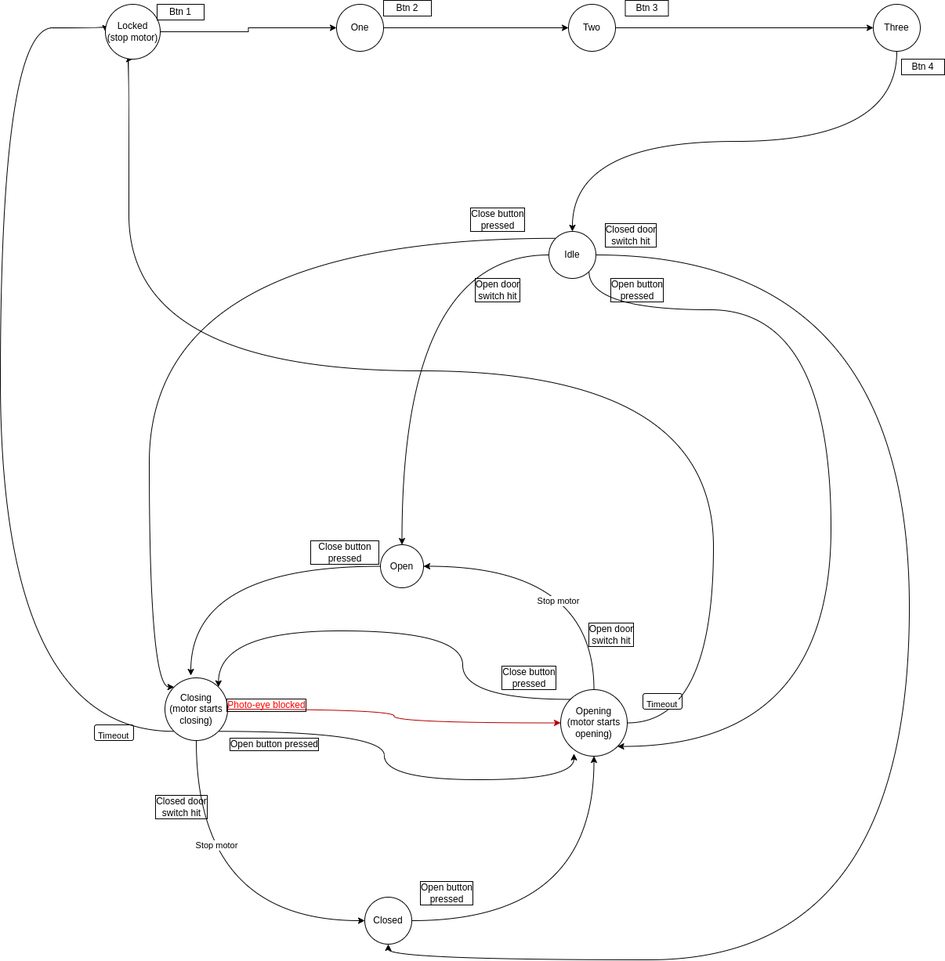
The draw.io diagram AtmelStudio/Drafts/StateMachineGarageDoor/StateMachineGarageDoor/garageDoorStatemachine.drawio.png in xb0be/avr-programming, before a commit. Source tidied: cells renumbered, new cells last; positions are measured from the earlier drawing's top-left corner, leaving out a move shared by most shapes.
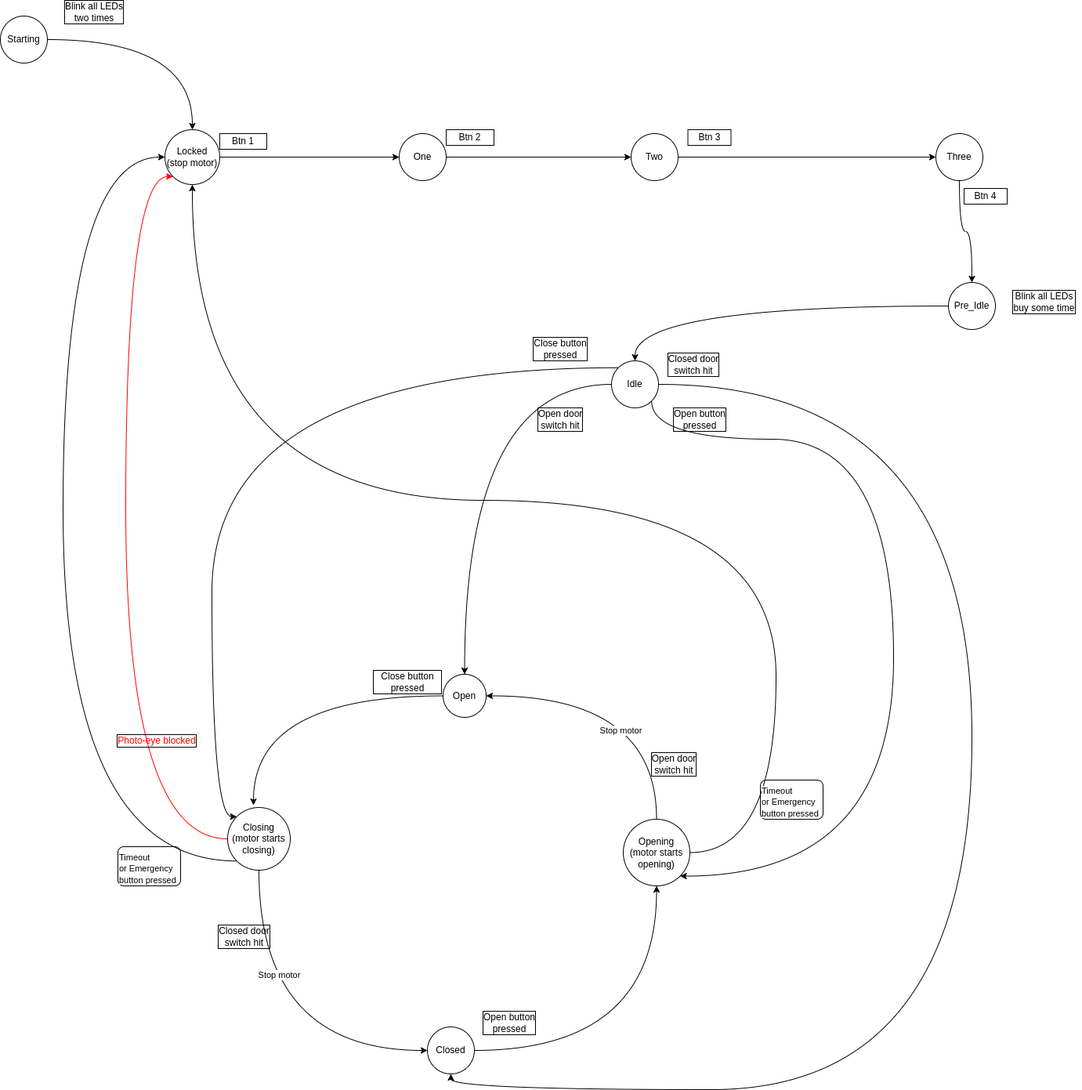
Later version of the same file.

Commit message:
Updated state machine map Added two more states - see PNG.

Change to the diagram source:
```diff
@@ -14,18 +14,6 @@
     <mxCell id="5" value="Stop motor" style="edgeLabel;html=1;align=center;verticalAlign=middle;" parent="4" vertex="1">
       <mxGeometry x="-0.4" y="25" relative="1" as="geometry" />
     </mxCell>
-    <mxCell id="6" style="edgeStyle=orthogonalEdgeStyle;curved=1;rounded=0;jettySize=auto;html=1;entryX=0;entryY=0.5;entryDx=0;entryDy=0;fillColor=#e51400;strokeColor=#B20000;" parent="1" edge="1" source="9" target="16">
-      <mxGeometry relative="1" as="geometry" />
-    </mxCell>
-    <mxCell id="7" style="edgeStyle=orthogonalEdgeStyle;curved=1;rounded=0;jettySize=auto;html=1;exitX=1;exitY=1;exitDx=0;exitDy=0;entryX=0.2;entryY=0.963;entryDx=0;entryDy=0;entryPerimeter=0;" parent="1" edge="1" source="9" target="16">
-      <mxGeometry relative="1" as="geometry">
-        <Array as="points">
-          <mxPoint x="490" y="933" />
-          <mxPoint x="490" y="995" />
-          <mxPoint x="732" y="995" />
-        </Array>
-      </mxGeometry>
-    </mxCell>
     <mxCell id="8" style="edgeStyle=orthogonalEdgeStyle;curved=1;rounded=0;jettySize=auto;html=1;exitX=0;exitY=1;exitDx=0;exitDy=0;entryX=0;entryY=0.5;entryDx=0;entryDy=0;" parent="1" edge="1" source="9" target="26">
       <mxGeometry relative="1" as="geometry">
         <Array as="points">
@@ -34,6 +22,14 @@
         </Array>
       </mxGeometry>
     </mxCell>
+    <mxCell id="48" style="edgeStyle=orthogonalEdgeStyle;rounded=0;jettySize=auto;html=1;entryX=0;entryY=1;entryDx=0;entryDy=0;curved=1;strokeColor=#FF0000;" parent="1" edge="1" source="9" target="26">
+      <mxGeometry relative="1" as="geometry">
+        <Array as="points">
+          <mxPoint x="80" y="905" />
+          <mxPoint x="80" y="60" />
+        </Array>
+      </mxGeometry>
+    </mxCell>
     <mxCell id="9" value="Closing&lt;br&gt;(motor starts closing)" style="ellipse;whiteSpace=wrap;html=1;" parent="1" vertex="1">
       <mxGeometry x="210" y="865" width="80" height="80" as="geometry" />
     </mxCell>
@@ -58,15 +54,6 @@
         </Array>
       </mxGeometry>
     </mxCell>
-    <mxCell id="15" style="edgeStyle=orthogonalEdgeStyle;curved=1;rounded=0;jettySize=auto;html=1;exitX=0;exitY=0;exitDx=0;exitDy=0;entryX=1;entryY=0;entryDx=0;entryDy=0;" parent="1" edge="1" source="16" target="9">
-      <mxGeometry relative="1" as="geometry">
-        <Array as="points">
-          <mxPoint x="590" y="892" />
-          <mxPoint x="590" y="805" />
-          <mxPoint x="278" y="805" />
-        </Array>
-      </mxGeometry>
-    </mxCell>
     <mxCell id="16" value="Opening&lt;br&gt;(motor starts opening)" style="ellipse;whiteSpace=wrap;html=1;" parent="1" vertex="1">
       <mxGeometry x="715" y="880" width="85" height="85" as="geometry" />
     </mxCell>
@@ -83,7 +70,7 @@
       <mxGeometry x="194" y="1015" width="75" height="30" as="geometry" />
     </mxCell>
     <mxCell id="21" value="&lt;font color=&quot;#ff0000&quot;&gt;Photo-eye blocked&lt;/font&gt;" style="text;html=1;strokeColor=none;fillColor=none;align=center;verticalAlign=middle;whiteSpace=wrap;rounded=0;labelBorderColor=default;" parent="1" vertex="1">
-      <mxGeometry x="280" y="885" width="120" height="30" as="geometry" />
+      <mxGeometry x="60" y="765" width="120" height="30" as="geometry" />
     </mxCell>
     <mxCell id="22" style="edgeStyle=orthogonalEdgeStyle;curved=1;rounded=0;orthogonalLoop=1;jettySize=auto;html=1;exitX=0.5;exitY=1;exitDx=0;exitDy=0;" parent="1" edge="1">
       <mxGeometry relative="1" as="geometry">
@@ -91,17 +78,11 @@
         <mxPoint x="807.5" y="1005" as="targetPoint" />
       </mxGeometry>
     </mxCell>
-    <mxCell id="23" value="Close button&lt;br&gt;pressed" style="text;html=1;strokeColor=none;fillColor=none;align=center;verticalAlign=middle;whiteSpace=wrap;rounded=0;labelBorderColor=default;" parent="1" vertex="1">
-      <mxGeometry x="635" y="850" width="80" height="30" as="geometry" />
-    </mxCell>
-    <mxCell id="24" value="Open button pressed" style="text;html=1;strokeColor=none;fillColor=none;align=center;verticalAlign=middle;whiteSpace=wrap;rounded=0;labelBorderColor=default;" parent="1" vertex="1">
-      <mxGeometry x="280" y="935" width="140" height="30" as="geometry" />
-    </mxCell>
     <mxCell id="25" style="edgeStyle=orthogonalEdgeStyle;rounded=0;jettySize=auto;html=1;entryX=0;entryY=0.5;entryDx=0;entryDy=0;" parent="1" edge="1" source="26" target="28">
       <mxGeometry relative="1" as="geometry" />
     </mxCell>
     <mxCell id="26" value="Locked&lt;br&gt;(stop motor)" style="ellipse;whiteSpace=wrap;html=1;" parent="1" vertex="1">
-      <mxGeometry x="134" y="5" width="70" height="70" as="geometry" />
+      <mxGeometry x="130" width="70" height="70" as="geometry" />
     </mxCell>
     <mxCell id="27" style="edgeStyle=orthogonalEdgeStyle;rounded=0;jettySize=auto;html=1;entryX=0;entryY=0.5;entryDx=0;entryDy=0;" parent="1" edge="1" source="28" target="30">
       <mxGeometry relative="1" as="geometry" />
@@ -115,7 +96,7 @@
     <mxCell id="30" value="Two" style="ellipse;whiteSpace=wrap;html=1;" parent="1" vertex="1">
       <mxGeometry x="725" y="5" width="60" height="60" as="geometry" />
     </mxCell>
-    <mxCell id="31" style="edgeStyle=orthogonalEdgeStyle;curved=1;rounded=0;jettySize=auto;html=1;entryX=0.5;entryY=0;entryDx=0;entryDy=0;exitX=0.5;exitY=1;exitDx=0;exitDy=0;" parent="1" edge="1" source="32" target="37">
+    <mxCell id="31" style="edgeStyle=orthogonalEdgeStyle;curved=1;rounded=0;jettySize=auto;html=1;entryX=0.5;entryY=0;entryDx=0;entryDy=0;exitX=0.5;exitY=1;exitDx=0;exitDy=0;" parent="1" edge="1" source="32" target="53">
       <mxGeometry relative="1" as="geometry" />
     </mxCell>
     <mxCell id="32" value="Three" style="ellipse;whiteSpace=wrap;html=1;" parent="1" vertex="1">
@@ -177,11 +158,29 @@
     <mxCell id="45" value="Btn 4" style="text;html=1;strokeColor=default;fillColor=none;align=center;verticalAlign=middle;whiteSpace=wrap;rounded=0;" parent="1" vertex="1">
       <mxGeometry x="1150" y="75" width="55" height="20" as="geometry" />
     </mxCell>
-    <mxCell id="46" value="&lt;span style=&quot;color: rgb(0, 0, 0); font-family: Helvetica; font-size: 11px; font-style: normal; font-variant-ligatures: normal; font-variant-caps: normal; font-weight: 400; letter-spacing: normal; orphans: 2; text-align: center; text-indent: 0px; text-transform: none; widows: 2; word-spacing: 0px; -webkit-text-stroke-width: 0px; background-color: rgb(255, 255, 255); text-decoration-thickness: initial; text-decoration-style: initial; text-decoration-color: initial; float: none; display: inline !important;&quot;&gt;&amp;nbsp;Timeout&amp;nbsp;&lt;/span&gt;" style="text;whiteSpace=wrap;html=1;strokeColor=default;rounded=1;" parent="1" vertex="1">
-      <mxGeometry x="820" y="885" width="50" height="20" as="geometry" />
-    </mxCell>
-    <mxCell id="47" value="&lt;span style=&quot;color: rgb(0, 0, 0); font-family: Helvetica; font-size: 11px; font-style: normal; font-variant-ligatures: normal; font-variant-caps: normal; font-weight: 400; letter-spacing: normal; orphans: 2; text-align: center; text-indent: 0px; text-transform: none; widows: 2; word-spacing: 0px; -webkit-text-stroke-width: 0px; background-color: rgb(255, 255, 255); text-decoration-thickness: initial; text-decoration-style: initial; text-decoration-color: initial; float: none; display: inline !important;&quot;&gt;&amp;nbsp;Timeout&amp;nbsp;&lt;/span&gt;" style="text;whiteSpace=wrap;html=1;strokeColor=default;rounded=1;" parent="1" vertex="1">
-      <mxGeometry x="120" y="925" width="50" height="20" as="geometry" />
+    <mxCell id="47" value="&lt;span style=&quot;color: rgb(0, 0, 0); font-family: Helvetica; font-size: 11px; font-style: normal; font-variant-ligatures: normal; font-variant-caps: normal; font-weight: 400; letter-spacing: normal; orphans: 2; text-align: center; text-indent: 0px; text-transform: none; widows: 2; word-spacing: 0px; -webkit-text-stroke-width: 0px; background-color: rgb(255, 255, 255); text-decoration-thickness: initial; text-decoration-style: initial; text-decoration-color: initial; float: none; display: inline !important;&quot;&gt;Timeout&amp;nbsp;&lt;br&gt;or Emergency button pressed&lt;br&gt;&lt;/span&gt;" style="text;whiteSpace=wrap;html=1;strokeColor=default;rounded=1;" parent="1" vertex="1">
+      <mxGeometry x="70" y="915" width="80" height="50" as="geometry" />
     </mxCell>
+    <mxCell id="49" style="edgeStyle=orthogonalEdgeStyle;rounded=0;jettySize=auto;html=1;entryX=0.5;entryY=0;entryDx=0;entryDy=0;curved=1;" parent="1" edge="1" source="50" target="26">
+      <mxGeometry relative="1" as="geometry" />
+    </mxCell>
+    <mxCell id="50" value="Starting" style="ellipse;whiteSpace=wrap;html=1;" parent="1" vertex="1">
+      <mxGeometry x="-80" y="-145" width="60" height="60" as="geometry" />
+    </mxCell>
+    <mxCell id="51" value="&lt;span style=&quot;color: rgb(0, 0, 0); font-family: Helvetica; font-size: 11px; font-style: normal; font-variant-ligatures: normal; font-variant-caps: normal; font-weight: 400; letter-spacing: normal; orphans: 2; text-align: center; text-indent: 0px; text-transform: none; widows: 2; word-spacing: 0px; -webkit-text-stroke-width: 0px; background-color: rgb(255, 255, 255); text-decoration-thickness: initial; text-decoration-style: initial; text-decoration-color: initial; float: none; display: inline !important;&quot;&gt;Timeout&amp;nbsp;&lt;br&gt;or Emergency button pressed&lt;br&gt;&lt;/span&gt;" style="text;whiteSpace=wrap;html=1;strokeColor=default;rounded=1;" parent="1" vertex="1">
+      <mxGeometry x="890" y="830" width="80" height="50" as="geometry" />
+    </mxCell>
+    <mxCell id="52" style="edgeStyle=orthogonalEdgeStyle;curved=1;rounded=0;jettySize=auto;html=1;entryX=0.5;entryY=0;entryDx=0;entryDy=0;" parent="1" edge="1" source="53" target="37">
+      <mxGeometry relative="1" as="geometry" />
+    </mxCell>
+    <mxCell id="53" value="Pre_Idle" style="ellipse;whiteSpace=wrap;html=1;" parent="1" vertex="1">
+      <mxGeometry x="1130" y="195" width="60" height="60" as="geometry" />
+    </mxCell>
+    <mxCell id="54" value="Blink all LEDs&lt;br&gt;buy some time" style="text;html=1;strokeColor=none;fillColor=none;align=center;verticalAlign=middle;whiteSpace=wrap;rounded=0;labelBorderColor=default;" parent="1" vertex="1">
+      <mxGeometry x="1205" y="205" width="95" height="30" as="geometry" />
+    </mxCell>
+    <mxCell id="55" value="Blink all LEDs&lt;br&gt;two times" style="text;html=1;strokeColor=none;fillColor=none;align=center;verticalAlign=middle;whiteSpace=wrap;rounded=0;labelBorderColor=default;" parent="1" vertex="1">
+      <mxGeometry x="-10" y="-165" width="100" height="30" as="geometry" />
+    </mxCell>
   </root>
 </mxGraphModel>
```
